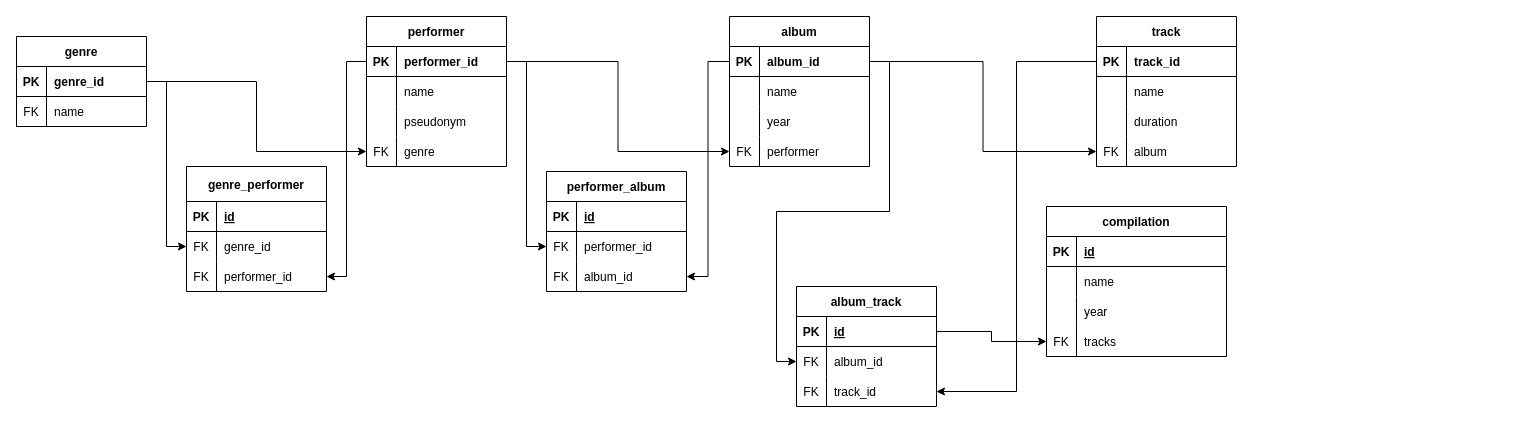
The draw.io diagram scheme 2.drawio in pinocoladium/HW-database, before the edit. Source tidied: cells renumbered, new cells numbered last; positions are measured from the earlier drawing's top-left corner, leaving out a move shared by most shapes. Both pictures are drawn from the tidied source at 100%, with x=0, y=0 at pixel (16, 16).
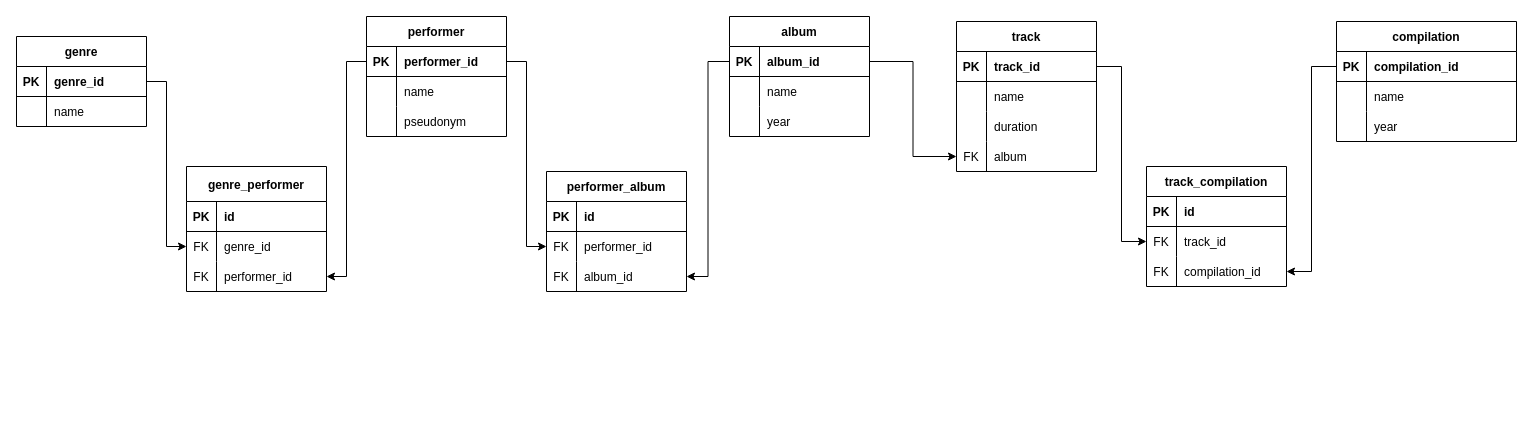
The same page after the edit.

Unchanged cells that the change refers to:
```xml
<mxCell id="3" style="shape=tableRow;horizontal=0;startSize=0;swimlaneHead=0;swimlaneBody=0;fillColor=none;points=[[0,0.5],[1,0.5]];portConstraint=eastwest;top=0;left=0;right=0;bottom=1;" parent="2" vertex="1">
  <mxGeometry y="30" width="130" height="30" as="geometry" />
</mxCell>
<mxCell id="6" style="shape=tableRow;horizontal=0;startSize=0;swimlaneHead=0;swimlaneBody=0;fillColor=none;top=0;left=0;right=0;bottom=0;" parent="2" vertex="1">
  <mxGeometry y="60" width="130" height="30" as="geometry" />
</mxCell>
<mxCell id="10" style="shape=tableRow;horizontal=0;startSize=0;swimlaneHead=0;swimlaneBody=0;fillColor=none;points=[[0,0.5],[1,0.5]];portConstraint=eastwest;top=0;left=0;right=0;bottom=1;" parent="9" vertex="1">
  <mxGeometry y="30" width="140" height="30" as="geometry" />
</mxCell>
<mxCell id="23" style="shape=tableRow;horizontal=0;startSize=0;swimlaneHead=0;swimlaneBody=0;fillColor=none;points=[[0,0.5],[1,0.5]];portConstraint=eastwest;top=0;left=0;right=0;bottom=1;" parent="22" vertex="1">
  <mxGeometry y="30" width="140" height="30" as="geometry" />
</mxCell>
<mxCell id="36" style="shape=tableRow;horizontal=0;startSize=0;swimlaneHead=0;swimlaneBody=0;fillColor=none;points=[[0,0.5],[1,0.5]];portConstraint=eastwest;top=0;left=0;right=0;bottom=1;" parent="35" vertex="1">
  <mxGeometry y="30" width="140" height="30" as="geometry" />
</mxCell>
<mxCell id="49" style="shape=tableRow;horizontal=0;startSize=0;swimlaneHead=0;swimlaneBody=0;fillColor=none;top=0;left=0;right=0;bottom=1;strokeColor=default;" parent="48" vertex="1">
  <mxGeometry y="35" width="140" height="30" as="geometry" />
</mxCell>
<mxCell id="60" style="shape=tableRow;horizontal=0;startSize=0;swimlaneHead=0;swimlaneBody=0;fillColor=none;top=0;left=0;right=0;bottom=1;strokeColor=default;" parent="59" vertex="1">
  <mxGeometry y="30" width="140" height="30" as="geometry" />
</mxCell>
<mxCell id="88" style="shape=tableRow;horizontal=0;startSize=0;swimlaneHead=0;swimlaneBody=0;fillColor=none;points=[[0,0.5],[1,0.5]];portConstraint=eastwest;top=0;left=0;right=0;bottom=1;" parent="87" vertex="1">
  <mxGeometry y="30" width="180" height="30" as="geometry" />
</mxCell>
```

What changed in the source:
```diff
@@
-    <mxCell id="7" value="FK" style="shape=partialRectangle;fillColor=none;top=0;left=0;bottom=0;right=0;overflow=hidden;" parent="6" vertex="1">
+    <mxCell id="7" style="shape=partialRectangle;fillColor=none;top=0;left=0;bottom=0;right=0;overflow=hidden;" parent="6" vertex="1">
       <mxGeometry width="30" height="30" as="geometry" />
     </mxCell>
@@
     <mxCell id="9" value="album" style="shape=table;startSize=30;childLayout=tableLayout;rowLines=0;fontStyle=1;align=center;" parent="1" vertex="1">
-      <mxGeometry x="713" width="140" height="150" as="geometry" />
+      <mxGeometry x="713" width="140" height="120" as="geometry" />
     </mxCell>
@@
-    <mxCell id="19" style="shape=tableRow;horizontal=0;startSize=0;swimlaneHead=0;swimlaneBody=0;fillColor=none;points=[[0,0.5],[1,0.5]];portConstraint=eastwest;top=0;left=0;right=0;bottom=0;" parent="9" vertex="1">
-      <mxGeometry y="120" width="140" height="30" as="geometry" />
-    </mxCell>
-    <mxCell id="20" value="FK" style="shape=partialRectangle;fillColor=none;top=0;left=0;bottom=0;right=0;overflow=hidden;" parent="19" vertex="1">
-      <mxGeometry width="30" height="30" as="geometry" />
-    </mxCell>
-    <mxCell id="21" value="performer" style="shape=partialRectangle;fillColor=none;top=0;left=0;bottom=0;right=0;align=left;spacingLeft=6;overflow=hidden;" parent="19" vertex="1">
-      <mxGeometry x="30" width="110" height="30" as="geometry" />
-    </mxCell>
     <mxCell id="22" value="performer" style="shape=table;startSize=30;childLayout=tableLayout;rowLines=0;fontStyle=1;align=center;strokeColor=default;" parent="1" vertex="1">
-      <mxGeometry x="350" width="140" height="150" as="geometry" />
+      <mxGeometry x="350" width="140" height="120" as="geometry" />
     </mxCell>
@@
-    <mxCell id="32" style="shape=tableRow;horizontal=0;startSize=0;swimlaneHead=0;swimlaneBody=0;fillColor=none;points=[[0,0.5],[1,0.5]];portConstraint=eastwest;top=0;left=0;right=0;bottom=0;" parent="22" vertex="1">
-      <mxGeometry y="120" width="140" height="30" as="geometry" />
-    </mxCell>
-    <mxCell id="33" value="FK" style="shape=partialRectangle;fillColor=none;top=0;left=0;bottom=0;right=0;overflow=hidden;" parent="32" vertex="1">
-      <mxGeometry width="30" height="30" as="geometry" />
-    </mxCell>
-    <mxCell id="34" value="genre" style="shape=partialRectangle;fillColor=none;top=0;left=0;bottom=0;right=0;align=left;spacingLeft=6;overflow=hidden;" parent="32" vertex="1">
-      <mxGeometry x="30" width="110" height="30" as="geometry" />
-    </mxCell>
     <mxCell id="35" value="track" style="shape=table;startSize=30;childLayout=tableLayout;rowLines=0;fontStyle=1;align=center;" parent="1" vertex="1">
-      <mxGeometry x="1080" width="140" height="150" as="geometry" />
+      <mxGeometry x="940" y="5" width="140" height="150" as="geometry" />
     </mxCell>
@@
-    <mxCell id="51" value="id" style="shape=partialRectangle;fillColor=none;top=0;left=0;bottom=0;right=0;align=left;spacingLeft=6;fontStyle=5;overflow=hidden;strokeColor=default;" parent="49" vertex="1">
+    <mxCell id="51" value="id" style="shape=partialRectangle;fillColor=none;top=0;left=0;bottom=0;right=0;align=left;spacingLeft=6;fontStyle=1;overflow=hidden;strokeColor=default;" parent="49" vertex="1">
       <mxGeometry x="30" width="110" height="30" as="geometry" />
     </mxCell>
@@
-    <mxCell id="62" value="id" style="shape=partialRectangle;fillColor=none;top=0;left=0;bottom=0;right=0;align=left;spacingLeft=6;fontStyle=5;overflow=hidden;strokeColor=default;" parent="60" vertex="1">
+    <mxCell id="62" value="id" style="shape=partialRectangle;fillColor=none;top=0;left=0;bottom=0;right=0;align=left;spacingLeft=6;fontStyle=1;overflow=hidden;strokeColor=default;" parent="60" vertex="1">
       <mxGeometry x="30" width="110" height="30" as="geometry" />
     </mxCell>
@@
-    <mxCell id="70" value="album_track" style="shape=table;startSize=30;childLayout=tableLayout;rowLines=0;fontStyle=1;align=center;strokeColor=default;" parent="1" vertex="1">
-      <mxGeometry x="780" y="270" width="140" height="120" as="geometry" />
-    </mxCell>
-    <mxCell id="71" style="shape=tableRow;horizontal=0;startSize=0;swimlaneHead=0;swimlaneBody=0;fillColor=none;points=[[0,0.5],[1,0.5]];portConstraint=eastwest;top=0;left=0;right=0;bottom=1;strokeColor=default;" parent="70" vertex="1">
-      <mxGeometry y="30" width="140" height="30" as="geometry" />
-    </mxCell>
-    <mxCell id="72" value="PK" style="shape=partialRectangle;fillColor=none;top=0;left=0;bottom=0;right=0;fontStyle=1;overflow=hidden;strokeColor=default;" parent="71" vertex="1">
-      <mxGeometry width="30" height="30" as="geometry" />
-    </mxCell>
-    <mxCell id="73" value="id" style="shape=partialRectangle;fillColor=none;top=0;left=0;bottom=0;right=0;align=left;spacingLeft=6;fontStyle=5;overflow=hidden;strokeColor=default;" parent="71" vertex="1">
-      <mxGeometry x="30" width="110" height="30" as="geometry" />
-    </mxCell>
-    <mxCell id="74" style="shape=tableRow;horizontal=0;startSize=0;swimlaneHead=0;swimlaneBody=0;fillColor=none;points=[[0,0.5],[1,0.5]];portConstraint=eastwest;top=0;left=0;right=0;bottom=0;strokeColor=default;" parent="70" vertex="1">
-      <mxGeometry y="60" width="140" height="30" as="geometry" />
-    </mxCell>
-    <mxCell id="75" value="FK" style="shape=partialRectangle;fillColor=none;top=0;left=0;bottom=0;right=0;overflow=hidden;strokeColor=default;" parent="74" vertex="1">
-      <mxGeometry width="30" height="30" as="geometry" />
-    </mxCell>
-    <mxCell id="76" value="album_id" style="shape=partialRectangle;fillColor=none;top=0;left=0;bottom=0;right=0;align=left;spacingLeft=6;overflow=hidden;strokeColor=default;" parent="74" vertex="1">
-      <mxGeometry x="30" width="110" height="30" as="geometry" />
-    </mxCell>
-    <mxCell id="77" style="shape=tableRow;horizontal=0;startSize=0;swimlaneHead=0;swimlaneBody=0;fillColor=none;points=[[0,0.5],[1,0.5]];portConstraint=eastwest;top=0;left=0;right=0;bottom=0;strokeColor=default;" parent="70" vertex="1">
-      <mxGeometry y="90" width="140" height="30" as="geometry" />
-    </mxCell>
-    <mxCell id="78" value="FK" style="shape=partialRectangle;fillColor=none;top=0;left=0;bottom=0;right=0;overflow=hidden;strokeColor=default;" parent="77" vertex="1">
-      <mxGeometry width="30" height="30" as="geometry" />
-    </mxCell>
-    <mxCell id="79" value="track_id" style="shape=partialRectangle;fillColor=none;top=0;left=0;bottom=0;right=0;align=left;spacingLeft=6;overflow=hidden;strokeColor=default;" parent="77" vertex="1">
-      <mxGeometry x="30" width="110" height="30" as="geometry" />
-    </mxCell>
-    <mxCell id="80" style="edgeStyle=orthogonalEdgeStyle;rounded=0;jettySize=auto;html=1;exitX=1;exitY=0.5;exitDx=0;exitDy=0;entryX=0;entryY=0.5;entryDx=0;entryDy=0;" parent="1" edge="1" source="10" target="74">
-      <mxGeometry relative="1" as="geometry" />
-    </mxCell>
@@
-    <mxCell id="82" style="edgeStyle=orthogonalEdgeStyle;rounded=0;jettySize=auto;html=1;entryX=0;entryY=0.5;entryDx=0;entryDy=0;exitX=1;exitY=0.5;exitDx=0;exitDy=0;" parent="1" edge="1" source="3" target="32">
-      <mxGeometry relative="1" as="geometry" />
-    </mxCell>
@@
-    <mxCell id="84" style="edgeStyle=orthogonalEdgeStyle;rounded=0;jettySize=auto;html=1;entryX=0;entryY=0.5;entryDx=0;entryDy=0;" parent="1" edge="1" source="23" target="19">
-      <mxGeometry relative="1" as="geometry" />
-    </mxCell>
-    <mxCell id="85" style="edgeStyle=orthogonalEdgeStyle;rounded=0;jettySize=auto;html=1;entryX=1;entryY=0.5;entryDx=0;entryDy=0;" parent="1" edge="1" source="36" target="77">
-      <mxGeometry relative="1" as="geometry" />
-    </mxCell>
@@
     <mxCell id="87" value="compilation" style="shape=table;startSize=30;childLayout=tableLayout;rowLines=0;fontStyle=1;align=center;" parent="1" vertex="1">
-      <mxGeometry x="1030" y="190" width="180" height="150" as="geometry" />
+      <mxGeometry x="1320" y="5" width="180" height="120" as="geometry" />
     </mxCell>
@@
-    <mxCell id="90" value="id" style="shape=partialRectangle;fillColor=none;top=0;left=0;bottom=0;right=0;align=left;spacingLeft=6;fontStyle=5;overflow=hidden;" parent="88" vertex="1">
+    <mxCell id="90" value="compilation_id" style="shape=partialRectangle;fillColor=none;top=0;left=0;bottom=0;right=0;align=left;spacingLeft=6;fontStyle=1;overflow=hidden;" parent="88" vertex="1">
       <mxGeometry x="30" width="150" height="30" as="geometry" />
     </mxCell>
@@
-    <mxCell id="97" style="shape=tableRow;horizontal=0;startSize=0;swimlaneHead=0;swimlaneBody=0;fillColor=none;points=[[0,0.5],[1,0.5]];portConstraint=eastwest;top=0;left=0;right=0;bottom=0;" parent="87" vertex="1">
-      <mxGeometry y="120" width="180" height="30" as="geometry" />
-    </mxCell>
-    <mxCell id="98" value="FK" style="shape=partialRectangle;fillColor=none;top=0;left=0;bottom=0;right=0;overflow=hidden;" parent="97" vertex="1">
-      <mxGeometry width="30" height="30" as="geometry" />
-    </mxCell>
-    <mxCell id="99" value="tracks" style="shape=partialRectangle;fillColor=none;top=0;left=0;bottom=0;right=0;align=left;spacingLeft=6;overflow=hidden;" parent="97" vertex="1">
-      <mxGeometry x="30" width="150" height="30" as="geometry" />
-    </mxCell>
-    <mxCell id="100" style="edgeStyle=orthogonalEdgeStyle;rounded=0;jettySize=auto;html=1;exitX=1;exitY=0.5;exitDx=0;exitDy=0;entryX=0;entryY=0.5;entryDx=0;entryDy=0;" parent="1" edge="1" source="71" target="97">
-      <mxGeometry relative="1" as="geometry" />
-    </mxCell>
+    <mxCell id="101" value="track_compilation" style="shape=table;startSize=30;childLayout=tableLayout;rowLines=0;fontStyle=1;align=center;strokeColor=default;" parent="1" vertex="1">
+      <mxGeometry x="1130" y="150" width="140" height="120" as="geometry" />
+    </mxCell>
+    <mxCell id="71" style="shape=tableRow;horizontal=0;startSize=0;swimlaneHead=0;swimlaneBody=0;fillColor=none;points=[[0,0.5],[1,0.5]];portConstraint=eastwest;top=0;left=0;right=0;bottom=1;strokeColor=default;" parent="101" vertex="1">
+      <mxGeometry y="30" width="140" height="30" as="geometry" />
+    </mxCell>
+    <mxCell id="72" value="PK" style="shape=partialRectangle;fillColor=none;top=0;left=0;bottom=0;right=0;fontStyle=1;overflow=hidden;strokeColor=default;" parent="71" vertex="1">
+      <mxGeometry width="30" height="30" as="geometry" />
+    </mxCell>
+    <mxCell id="73" value="id" style="shape=partialRectangle;fillColor=none;top=0;left=0;bottom=0;right=0;align=left;spacingLeft=6;fontStyle=1;overflow=hidden;strokeColor=default;" parent="71" vertex="1">
+      <mxGeometry x="30" width="110" height="30" as="geometry" />
+    </mxCell>
+    <mxCell id="74" style="shape=tableRow;horizontal=0;startSize=0;swimlaneHead=0;swimlaneBody=0;fillColor=none;points=[[0,0.5],[1,0.5]];portConstraint=eastwest;top=0;left=0;right=0;bottom=0;strokeColor=default;" parent="101" vertex="1">
+      <mxGeometry y="60" width="140" height="30" as="geometry" />
+    </mxCell>
+    <mxCell id="102" value="FK" style="shape=partialRectangle;fillColor=none;top=0;left=0;bottom=0;right=0;overflow=hidden;strokeColor=default;" parent="74" vertex="1">
+      <mxGeometry width="30" height="30" as="geometry" />
+    </mxCell>
+    <mxCell id="79" value="track_id" style="shape=partialRectangle;fillColor=none;top=0;left=0;bottom=0;right=0;align=left;spacingLeft=6;overflow=hidden;strokeColor=default;" parent="74" vertex="1">
+      <mxGeometry x="30" width="110" height="30" as="geometry" />
+    </mxCell>
+    <mxCell id="77" style="shape=tableRow;horizontal=0;startSize=0;swimlaneHead=0;swimlaneBody=0;fillColor=none;points=[[0,0.5],[1,0.5]];portConstraint=eastwest;top=0;left=0;right=0;bottom=0;strokeColor=default;" parent="101" vertex="1">
+      <mxGeometry y="90" width="140" height="30" as="geometry" />
+    </mxCell>
+    <mxCell id="103" value="FK" style="shape=partialRectangle;fillColor=none;top=0;left=0;bottom=0;right=0;overflow=hidden;strokeColor=default;" parent="77" vertex="1">
+      <mxGeometry width="30" height="30" as="geometry" />
+    </mxCell>
+    <mxCell id="104" value="compilation_id" style="shape=partialRectangle;fillColor=none;top=0;left=0;bottom=0;right=0;align=left;spacingLeft=6;overflow=hidden;strokeColor=default;" parent="77" vertex="1">
+      <mxGeometry x="30" width="110" height="30" as="geometry" />
+    </mxCell>
+    <mxCell id="105" style="edgeStyle=orthogonalEdgeStyle;rounded=0;jettySize=auto;html=1;entryX=1;entryY=0.5;entryDx=0;entryDy=0;" parent="1" edge="1" source="88" target="77">
+      <mxGeometry relative="1" as="geometry" />
+    </mxCell>
+    <mxCell id="106" style="edgeStyle=orthogonalEdgeStyle;rounded=0;jettySize=auto;html=1;entryX=0;entryY=0.5;entryDx=0;entryDy=0;" parent="1" edge="1" source="36" target="74">
+      <mxGeometry relative="1" as="geometry" />
+    </mxCell>
```
